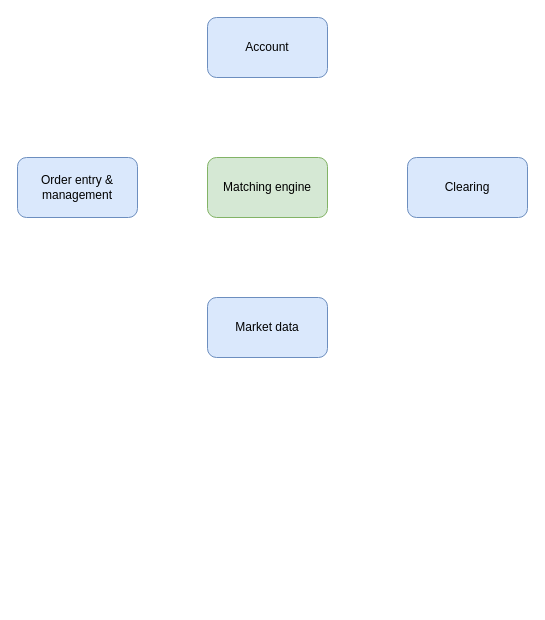
Earlier version of the draw.io diagram exchange-core.drawio (billyan2018/draw-db). Source tidied: cells renumbered, new cells numbered last; positions are measured from the earlier drawing's top-left corner, leaving out a move shared by most shapes. Both pictures are drawn from the tidied source at 100%, with x=0, y=0 at pixel (17, 17).
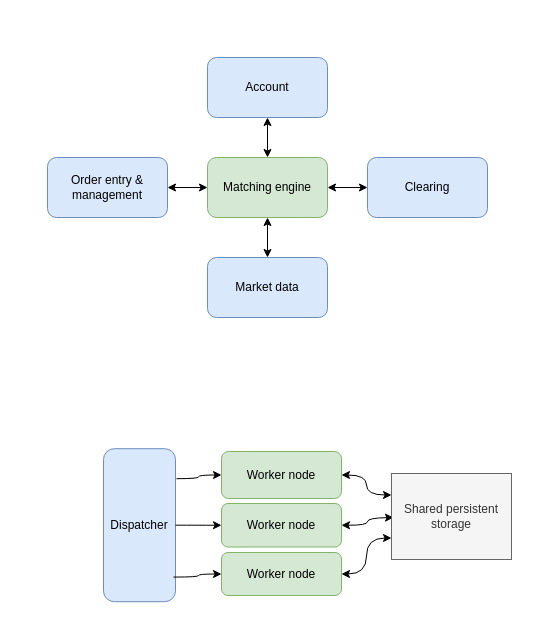
The same page after the edit.

Unchanged cells that the change refers to:
```xml
<mxCell id="2" value="Matching engine" style="rounded=1;whiteSpace=wrap;html=1;fillColor=#d5e8d4;strokeColor=#82b366;" parent="1" vertex="1">
  <mxGeometry x="190" y="140" width="120" height="60" as="geometry" />
</mxCell>
```

Change to the diagram source:
```diff
@@
     <mxCell id="3" value="Order entry &amp;amp; management" style="rounded=1;whiteSpace=wrap;html=1;fillColor=#dae8fc;strokeColor=#6c8ebf;" parent="1" vertex="1">
-      <mxGeometry y="140" width="120" height="60" as="geometry" />
+      <mxGeometry x="30" y="140" width="120" height="60" as="geometry" />
     </mxCell>
     <mxCell id="4" value="Account" style="rounded=1;whiteSpace=wrap;html=1;fillColor=#dae8fc;strokeColor=#6c8ebf;" parent="1" vertex="1">
-      <mxGeometry x="190" width="120" height="60" as="geometry" />
+      <mxGeometry x="190" y="40" width="120" height="60" as="geometry" />
     </mxCell>
     <mxCell id="5" value="Clearing" style="rounded=1;whiteSpace=wrap;html=1;fillColor=#dae8fc;strokeColor=#6c8ebf;" parent="1" vertex="1">
-      <mxGeometry x="390" y="140" width="120" height="60" as="geometry" />
+      <mxGeometry x="350" y="140" width="120" height="60" as="geometry" />
     </mxCell>
     <mxCell id="6" value="Market data" style="rounded=1;whiteSpace=wrap;html=1;fillColor=#dae8fc;strokeColor=#6c8ebf;" parent="1" vertex="1">
-      <mxGeometry x="190" y="280" width="120" height="60" as="geometry" />
+      <mxGeometry x="190" y="240" width="120" height="60" as="geometry" />
     </mxCell>
+    <mxCell id="7" style="endArrow=classic;startArrow=classic;html=1;rounded=0;entryX=0.5;entryY=1;entryDx=0;entryDy=0;exitX=0.5;exitY=0;exitDx=0;exitDy=0;" parent="1" edge="1" source="2" target="4">
+      <mxGeometry relative="1" as="geometry" />
+    </mxCell>
+    <mxCell id="8" style="endArrow=classic;startArrow=classic;html=1;rounded=0;entryX=1;entryY=0.5;entryDx=0;entryDy=0;exitX=0;exitY=0.5;exitDx=0;exitDy=0;" parent="1" edge="1" source="2" target="3">
+      <mxGeometry relative="1" as="geometry" />
+    </mxCell>
+    <mxCell id="9" style="endArrow=classic;startArrow=classic;html=1;rounded=0;entryX=1;entryY=0.5;entryDx=0;entryDy=0;exitX=0;exitY=0.5;exitDx=0;exitDy=0;" parent="1" edge="1" source="5" target="2">
+      <mxGeometry relative="1" as="geometry" />
+    </mxCell>
+    <mxCell id="10" style="endArrow=classic;startArrow=classic;html=1;rounded=0;entryX=0.5;entryY=1;entryDx=0;entryDy=0;exitX=0.5;exitY=0;exitDx=0;exitDy=0;" parent="1" edge="1" source="6" target="2">
+      <mxGeometry relative="1" as="geometry" />
+    </mxCell>
+    <mxCell id="11" value="Dispatcher" style="rounded=1;whiteSpace=wrap;html=1;fillColor=#dae8fc;strokeColor=#6c8ebf;" parent="1" vertex="1">
+      <mxGeometry x="86" y="431.2" width="72" height="153" as="geometry" />
+    </mxCell>
+    <mxCell id="12" style="edgeStyle=orthogonalEdgeStyle;rounded=0;jettySize=auto;html=1;exitX=1;exitY=0.5;exitDx=0;exitDy=0;entryX=0;entryY=0.25;entryDx=0;entryDy=0;curved=1;startArrow=classic;startFill=1;" parent="1" edge="1" source="13" target="21">
+      <mxGeometry relative="1" as="geometry" />
+    </mxCell>
+    <mxCell id="13" value="Worker node" style="rounded=1;whiteSpace=wrap;html=1;fillColor=#d5e8d4;strokeColor=#82b366;" parent="1" vertex="1">
+      <mxGeometry x="204" y="434" width="120" height="47" as="geometry" />
+    </mxCell>
+    <mxCell id="14" style="edgeStyle=orthogonalEdgeStyle;rounded=0;jettySize=auto;html=1;exitX=1;exitY=0.5;exitDx=0;exitDy=0;curved=1;startArrow=classic;startFill=1;" parent="1" edge="1" source="15">
+      <mxGeometry relative="1" as="geometry">
+        <mxPoint x="376" y="500" as="targetPoint" />
+      </mxGeometry>
+    </mxCell>
+    <mxCell id="15" value="Worker node" style="rounded=1;whiteSpace=wrap;html=1;fillColor=#d5e8d4;strokeColor=#82b366;" parent="1" vertex="1">
+      <mxGeometry x="204" y="486" width="120" height="43.5" as="geometry" />
+    </mxCell>
+    <mxCell id="16" style="edgeStyle=orthogonalEdgeStyle;rounded=0;jettySize=auto;html=1;exitX=1;exitY=0.5;exitDx=0;exitDy=0;entryX=0;entryY=0.75;entryDx=0;entryDy=0;curved=1;startArrow=classic;startFill=1;" parent="1" edge="1" source="17" target="21">
+      <mxGeometry relative="1" as="geometry" />
+    </mxCell>
+    <mxCell id="17" value="Worker node" style="rounded=1;whiteSpace=wrap;html=1;fillColor=#d5e8d4;strokeColor=#82b366;" parent="1" vertex="1">
+      <mxGeometry x="204" y="535" width="120" height="43" as="geometry" />
+    </mxCell>
+    <mxCell id="18" style="endArrow=classic;html=1;rounded=0;entryX=0;entryY=0.5;entryDx=0;entryDy=0;exitX=1.014;exitY=0.196;exitDx=0;exitDy=0;exitPerimeter=0;edgeStyle=orthogonalEdgeStyle;curved=1;" parent="1" edge="1" source="11" target="13">
+      <mxGeometry relative="1" as="geometry" />
+    </mxCell>
+    <mxCell id="19" style="endArrow=classic;html=1;rounded=0;entryX=0;entryY=0.5;entryDx=0;entryDy=0;edgeStyle=orthogonalEdgeStyle;curved=1;" parent="1" edge="1" source="11" target="15">
+      <mxGeometry relative="1" as="geometry" />
+    </mxCell>
+    <mxCell id="20" style="endArrow=classic;html=1;rounded=0;entryX=0;entryY=0.5;entryDx=0;entryDy=0;exitX=0.972;exitY=0.839;exitDx=0;exitDy=0;exitPerimeter=0;edgeStyle=orthogonalEdgeStyle;curved=1;" parent="1" edge="1" source="11" target="17">
+      <mxGeometry relative="1" as="geometry" />
+    </mxCell>
+    <mxCell id="21" value="Shared persistent storage" style="rounded=0;whiteSpace=wrap;html=1;fillColor=#f5f5f5;fontColor=#333333;strokeColor=#666666;" parent="1" vertex="1">
+      <mxGeometry x="374" y="456" width="120" height="86" as="geometry" />
+    </mxCell>
```
